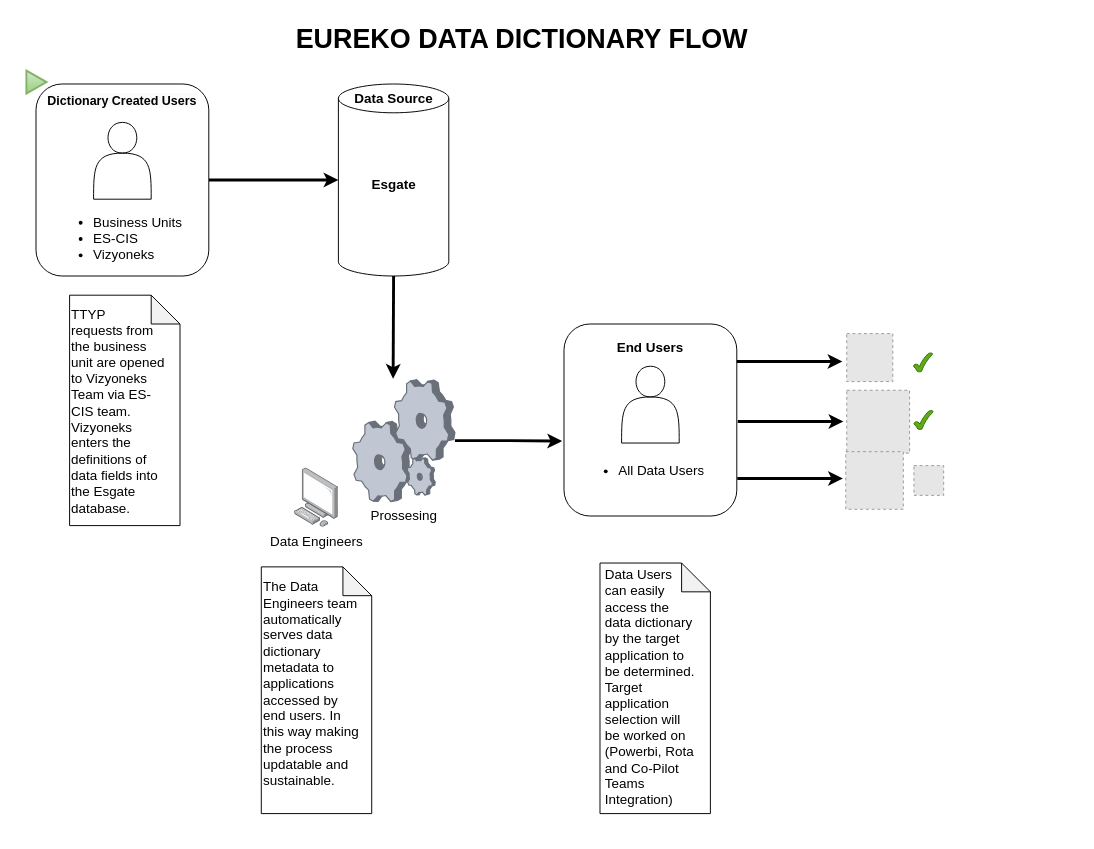
burakyegin/burakyegin.github.io keeps this draw.io diagram as v2.drawio. Above is the earlier version. Source tidied: cells renumbered, new cells numbered last; positions are measured from the earlier drawing's top-left corner, leaving out a move shared by most shapes. Both pictures are drawn from the tidied source at 96%, with x=0, y=0 at pixel (16, 16). Pictures stored in the file or linked from it are replaced by grey dashed boxes.
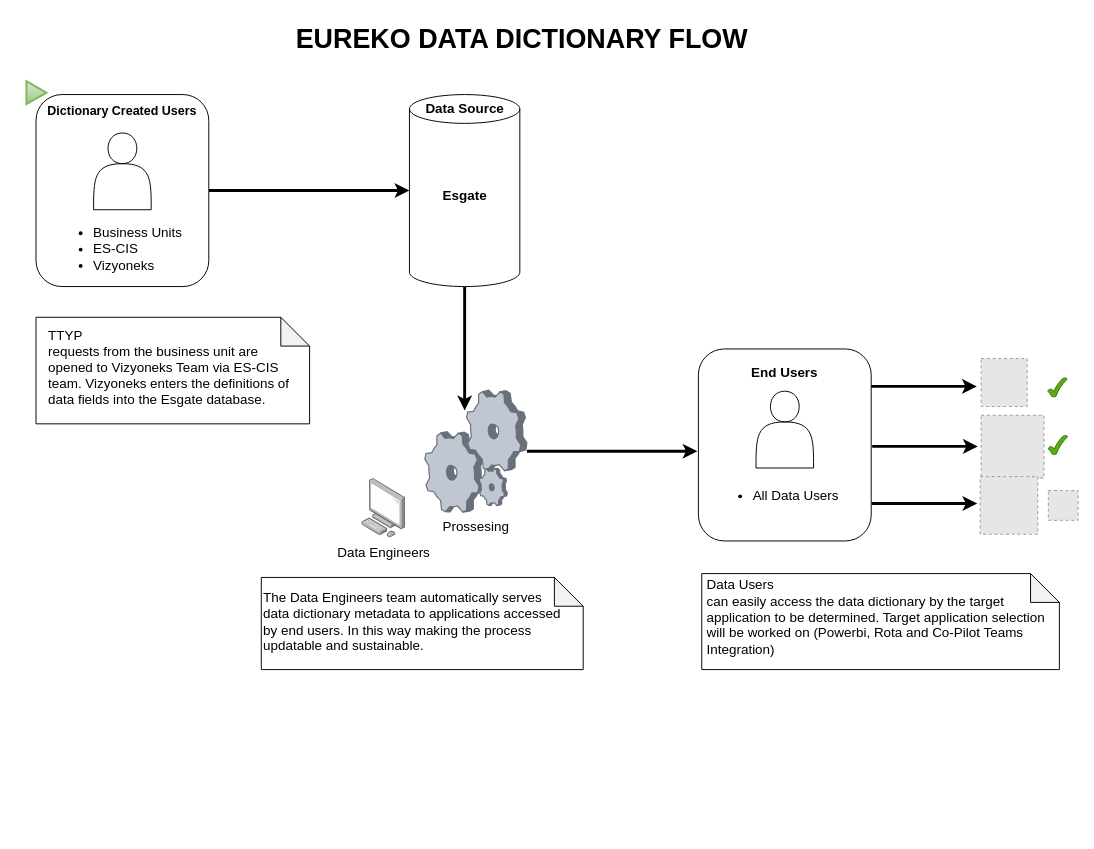
After the change.

Change to the diagram source:
```diff
@@
     <mxCell id="2" style="shape=note;whiteSpace=wrap;html=1;backgroundOutline=1;darkOpacity=0.05;" parent="1" vertex="1">
-      <mxGeometry x="607.5" y="569" width="115" height="261" as="geometry" />
+      <mxGeometry x="713.5" y="580" width="372.5" height="100" as="geometry" />
     </mxCell>
     <mxCell id="3" style="shape=note;whiteSpace=wrap;html=1;backgroundOutline=1;darkOpacity=0.05;" parent="1" vertex="1">
-      <mxGeometry x="254.7" y="573" width="115" height="257" as="geometry" />
+      <mxGeometry x="254.7" y="584" width="335.3" height="96" as="geometry" />
     </mxCell>
     <mxCell id="4" style="shape=note;whiteSpace=wrap;html=1;backgroundOutline=1;darkOpacity=0.05;" parent="1" vertex="1">
-      <mxGeometry x="55" y="290" width="115" height="240" as="geometry" />
+      <mxGeometry x="20" y="313" width="285" height="111" as="geometry" />
     </mxCell>
@@
     <mxCell id="6" style="rounded=1;whiteSpace=wrap;html=1;labelPosition=center;verticalLabelPosition=middle;align=center;verticalAlign=top;" parent="1" vertex="1">
-      <mxGeometry x="20" y="70" width="180" height="200" as="geometry" />
+      <mxGeometry x="20" y="81" width="180" height="200" as="geometry" />
     </mxCell>
@@
+    <mxCell id="35" style="edgeStyle=orthogonalEdgeStyle;rounded=0;jettySize=auto;html=1;exitX=0.5;exitY=1;exitDx=0;exitDy=0;exitPerimeter=0;strokeWidth=3;" parent="1" edge="1" source="8">
+      <mxGeometry relative="1" as="geometry">
+        <mxPoint x="466.5" y="410" as="targetPoint" />
+      </mxGeometry>
+    </mxCell>
     <mxCell id="8" style="shape=cylinder3;whiteSpace=wrap;html=1;boundedLbl=1;backgroundOutline=1;size=15;" parent="1" vertex="1">
-      <mxGeometry x="335" y="70" width="115" height="200" as="geometry" />
+      <mxGeometry x="409" y="81" width="115" height="200" as="geometry" />
     </mxCell>
     <mxCell id="9" style="shape=actor;whiteSpace=wrap;html=1;align=left;" parent="1" vertex="1">
-      <mxGeometry x="80" y="110" width="60" height="80" as="geometry" />
+      <mxGeometry x="80" y="121" width="60" height="80" as="geometry" />
     </mxCell>
     <mxCell id="10" value="&lt;ul&gt;&lt;li&gt;Business Units&lt;/li&gt;&lt;li&gt;ES-CIS&lt;/li&gt;&lt;li&gt;Vizyoneks&lt;/li&gt;&lt;/ul&gt;" style="text;html=1;whiteSpace=wrap;overflow=hidden;rounded=0;fontSize=14;" parent="1" vertex="1">
-      <mxGeometry x="38" y="185" width="140" height="70" as="geometry" />
+      <mxGeometry x="38" y="196" width="140" height="70" as="geometry" />
     </mxCell>
     <mxCell id="11" value="&#10;&lt;span style=&quot;color: rgb(0, 0, 0); font-family: Helvetica; font-style: normal; font-variant-ligatures: normal; font-variant-caps: normal; letter-spacing: normal; orphans: 2; text-align: center; text-indent: 0px; text-transform: none; widows: 2; word-spacing: 0px; -webkit-text-stroke-width: 0px; white-space: normal; background-color: rgb(251, 251, 251); text-decoration-thickness: initial; text-decoration-style: initial; text-decoration-color: initial; float: none; display: inline !important;&quot;&gt;Dictionary Created Users&lt;/span&gt;&#10;&#10;" style="text;html=1;align=center;verticalAlign=middle;whiteSpace=wrap;rounded=0;fontStyle=1;fontSize=13;" parent="1" vertex="1">
-      <mxGeometry y="80" width="220" height="30" as="geometry" />
+      <mxGeometry y="91" width="220" height="30" as="geometry" />
     </mxCell>
     <mxCell id="12" value="&lt;b&gt;Esgate&lt;/b&gt;" style="text;html=1;align=center;verticalAlign=middle;whiteSpace=wrap;rounded=0;fontSize=14;" parent="1" vertex="1">
-      <mxGeometry x="362.5" y="160" width="60" height="30" as="geometry" />
+      <mxGeometry x="436.5" y="171" width="60" height="30" as="geometry" />
     </mxCell>
     <mxCell id="13" value="Data Source" style="text;html=1;align=center;verticalAlign=middle;whiteSpace=wrap;rounded=0;fontStyle=1;fontSize=14;" parent="1" vertex="1">
-      <mxGeometry x="343.8" y="70" width="97.5" height="30" as="geometry" />
+      <mxGeometry x="417.8" y="81" width="97.5" height="30" as="geometry" />
     </mxCell>
     <mxCell id="14" style="rounded=1;whiteSpace=wrap;html=1;labelPosition=center;verticalLabelPosition=middle;align=center;verticalAlign=top;" parent="1" vertex="1">
-      <mxGeometry x="570" y="320" width="180" height="200" as="geometry" />
+      <mxGeometry x="710" y="346" width="180" height="200" as="geometry" />
     </mxCell>
     <mxCell id="15" style="shape=actor;whiteSpace=wrap;html=1;align=left;" parent="1" vertex="1">
-      <mxGeometry x="630" y="364" width="60" height="80" as="geometry" />
+      <mxGeometry x="770" y="390" width="60" height="80" as="geometry" />
     </mxCell>
     <mxCell id="16" value="End Users" style="text;html=1;align=center;verticalAlign=middle;whiteSpace=wrap;rounded=0;fontStyle=1;fontSize=14;" parent="1" vertex="1">
-      <mxGeometry x="550" y="330" width="220" height="30" as="geometry" />
+      <mxGeometry x="690" y="356" width="220" height="30" as="geometry" />
     </mxCell>
     <mxCell id="17" value="&lt;ul&gt;&lt;li&gt;All Data Users&lt;/li&gt;&lt;/ul&gt;" style="text;html=1;whiteSpace=wrap;overflow=hidden;rounded=0;fontSize=14;" parent="1" vertex="1">
-      <mxGeometry x="585" y="444" width="150" height="70" as="geometry" />
+      <mxGeometry x="725" y="470" width="150" height="70" as="geometry" />
     </mxCell>
     <mxCell id="18" style="fillColor=#E6E6E6;strokeColor=#999999;dashed=1;verticalLabelPosition=bottom;labelBackgroundColor=default;verticalAlign=top;" parent="1" vertex="1">
-      <mxGeometry x="864.5" y="330" width="48" height="50" as="geometry" />
+      <mxGeometry x="1004.5" y="356" width="48" height="50" as="geometry" />
     </mxCell>
     <mxCell id="19" style="edgeStyle=orthogonalEdgeStyle;rounded=0;orthogonalLoop=1;jettySize=auto;html=1;strokeWidth=3;" parent="1" edge="1">
       <mxGeometry relative="1" as="geometry">
-        <mxPoint x="750" y="359" as="sourcePoint" />
-        <mxPoint x="860" y="359" as="targetPoint" />
+        <mxPoint x="890" y="385" as="sourcePoint" />
+        <mxPoint x="1000" y="385" as="targetPoint" />
       </mxGeometry>
     </mxCell>
     <mxCell id="20" style="edgeStyle=orthogonalEdgeStyle;rounded=0;orthogonalLoop=1;jettySize=auto;html=1;strokeWidth=3;" parent="1" edge="1">
       <mxGeometry relative="1" as="geometry">
-        <mxPoint x="751" y="421.5" as="sourcePoint" />
-        <mxPoint x="861" y="421.5" as="targetPoint" />
+        <mxPoint x="891" y="447.5" as="sourcePoint" />
+        <mxPoint x="1001" y="447.5" as="targetPoint" />
       </mxGeometry>
     </mxCell>
     <mxCell id="21" style="edgeStyle=orthogonalEdgeStyle;rounded=0;orthogonalLoop=1;jettySize=auto;html=1;strokeWidth=3;" parent="1" edge="1">
       <mxGeometry relative="1" as="geometry">
-        <mxPoint x="750.5" y="481" as="sourcePoint" />
-        <mxPoint x="860.5" y="481" as="targetPoint" />
+        <mxPoint x="890.5" y="507" as="sourcePoint" />
+        <mxPoint x="1000.5" y="507" as="targetPoint" />
       </mxGeometry>
     </mxCell>
     <mxCell id="22" style="fillColor=#E6E6E6;strokeColor=#999999;dashed=1;verticalLabelPosition=bottom;labelBackgroundColor=default;verticalAlign=top;" parent="1" vertex="1">
-      <mxGeometry x="864.5" y="389" width="65.5" height="65.5" as="geometry" />
+      <mxGeometry x="1004.5" y="415" width="65.5" height="65.5" as="geometry" />
     </mxCell>
     <mxCell id="23" style="fillColor=#E6E6E6;strokeColor=#999999;dashed=1;verticalLabelPosition=bottom;labelBackgroundColor=default;verticalAlign=top;" parent="1" vertex="1">
-      <mxGeometry x="863.5" y="453" width="60" height="60" as="geometry" />
+      <mxGeometry x="1003.5" y="479" width="60" height="60" as="geometry" />
     </mxCell>
     <mxCell id="24" style="verticalLabelPosition=bottom;verticalAlign=top;html=1;shape=mxgraph.basic.tick;fillColor=#60a917;strokeColor=#2D7600;fontColor=#ffffff;" parent="1" vertex="1">
-      <mxGeometry x="934" y="350" width="20" height="20" as="geometry" />
+      <mxGeometry x="1074" y="376" width="20" height="20" as="geometry" />
     </mxCell>
     <mxCell id="25" style="verticalLabelPosition=bottom;verticalAlign=top;html=1;shape=mxgraph.basic.tick;fillColor=#60a917;strokeColor=#2D7600;fontColor=#ffffff;" parent="1" vertex="1">
-      <mxGeometry x="934.5" y="410" width="20" height="20" as="geometry" />
+      <mxGeometry x="1074.5" y="436" width="20" height="20" as="geometry" />
     </mxCell>
     <mxCell id="26" style="fillColor=#E6E6E6;strokeColor=#999999;dashed=1;html=1;verticalAlign=top;verticalLabelPosition=bottom;labelBackgroundColor=#ffffff;" parent="1" vertex="1">
-      <mxGeometry x="934.5" y="467.5" width="31" height="31" as="geometry" />
+      <mxGeometry x="1074.5" y="493.5" width="31" height="31" as="geometry" />
     </mxCell>
-    <mxCell id="27" style="edgeStyle=orthogonalEdgeStyle;rounded=0;jettySize=auto;html=1;exitX=0.5;exitY=1;exitDx=0;exitDy=0;exitPerimeter=0;entryX=0.574;entryY=-0.037;entryDx=0;entryDy=0;entryPerimeter=0;strokeWidth=3;" parent="1" edge="1" source="8">
-      <mxGeometry relative="1" as="geometry">
-        <mxPoint x="392" y="377" as="targetPoint" />
-      </mxGeometry>
-    </mxCell>
+    <mxCell id="36" style="edgeStyle=orthogonalEdgeStyle;rounded=0;jettySize=auto;html=1;strokeWidth=3;" parent="1" edge="1" source="28">
+      <mxGeometry relative="1" as="geometry">
+        <mxPoint x="709" y="452.5" as="targetPoint" />
+      </mxGeometry>
+    </mxCell>
     <mxCell id="28" value="Prossesing" style="verticalLabelPosition=bottom;sketch=0;html=1;verticalAlign=top;strokeColor=none;align=center;outlineConnect=0;shape=mxgraph.citrix.process;fontSize=14;" parent="1" vertex="1">
-      <mxGeometry x="350" y="378" width="106.4" height="126.9" as="geometry" />
+      <mxGeometry x="425" y="389" width="106.4" height="126.9" as="geometry" />
     </mxCell>
-    <mxCell id="29" style="edgeStyle=orthogonalEdgeStyle;rounded=0;jettySize=auto;html=1;entryX=-0.011;entryY=0.61;entryDx=0;entryDy=0;entryPerimeter=0;strokeWidth=3;" parent="1" edge="1" source="28" target="14">
-      <mxGeometry relative="1" as="geometry" />
-    </mxCell>
     <mxCell id="30" value="Data Engineers" style="image;html=1;align=center;shadow=0;dashed=0;image=img/lib/allied_telesis/computer_and_terminals/Personal_Computer.svg;fontSize=14;" parent="1" vertex="1">
-      <mxGeometry x="289.4" y="470" width="45.6" height="61.8" as="geometry" />
+      <mxGeometry x="359.4" y="481" width="45.6" height="61.8" as="geometry" />
     </mxCell>
     <mxCell id="31" value="&lt;font style=&quot;font-size: 14px;&quot;&gt;TTYP&amp;nbsp;&lt;/font&gt;&lt;div&gt;&lt;span style=&quot;font-size: 14px; background-color: transparent; color: light-dark(rgb(0, 0, 0), rgb(255, 255, 255));&quot;&gt;requests from the business unit are opened to Vizyoneks Team via ES-CIS team. Vizyoneks enters the definitions of data fields into the Esgate database.&lt;/span&gt;&lt;/div&gt;" style="text;html=1;whiteSpace=wrap;overflow=hidden;rounded=0;" parent="1" vertex="1">
-      <mxGeometry x="55" y="295" width="105" height="235" as="geometry" />
+      <mxGeometry x="31" y="316.5" width="269" height="104" as="geometry" />
     </mxCell>
     <mxCell id="32" value="&lt;font style=&quot;font-size: 14px;&quot;&gt;The Data Engineers team automatically serves data dictionary metadata to applications accessed by end users. In this way making the process updatable and sustainable.&amp;nbsp;&lt;/font&gt;" style="text;html=1;whiteSpace=wrap;overflow=hidden;rounded=0;" parent="1" vertex="1">
-      <mxGeometry x="254.7" y="579" width="105.3" height="252" as="geometry" />
+      <mxGeometry x="254.7" y="590" width="315.3" height="110" as="geometry" />
     </mxCell>
     <mxCell id="33" value="&lt;font style=&quot;font-size: 14px;&quot;&gt;Data Users&lt;/font&gt;&lt;div&gt;&lt;font style=&quot;font-size: 14px;&quot;&gt;can easily access the data dictionary by the target application to be determined. Target application selection will be worked on (Powerbi, Rota and Co-Pilot Teams Integration)&lt;/font&gt;&lt;/div&gt;" style="text;html=1;whiteSpace=wrap;overflow=hidden;rounded=0;" parent="1" vertex="1">
-      <mxGeometry x="611" y="566" width="99" height="281" as="geometry" />
+      <mxGeometry x="717" y="577" width="359" height="123" as="geometry" />
     </mxCell>
     <mxCell id="34" style="html=1;verticalLabelPosition=bottom;align=center;labelBackgroundColor=#ffffff;verticalAlign=top;strokeWidth=2;strokeColor=#82b366;shadow=0;dashed=0;shape=mxgraph.ios7.icons.play;fillColor=#d5e8d4;gradientColor=#97d077;" parent="1" vertex="1">
-      <mxGeometry x="10" y="56" width="21" height="24" as="geometry" />
+      <mxGeometry x="10" y="67" width="21" height="24" as="geometry" />
     </mxCell>
```
